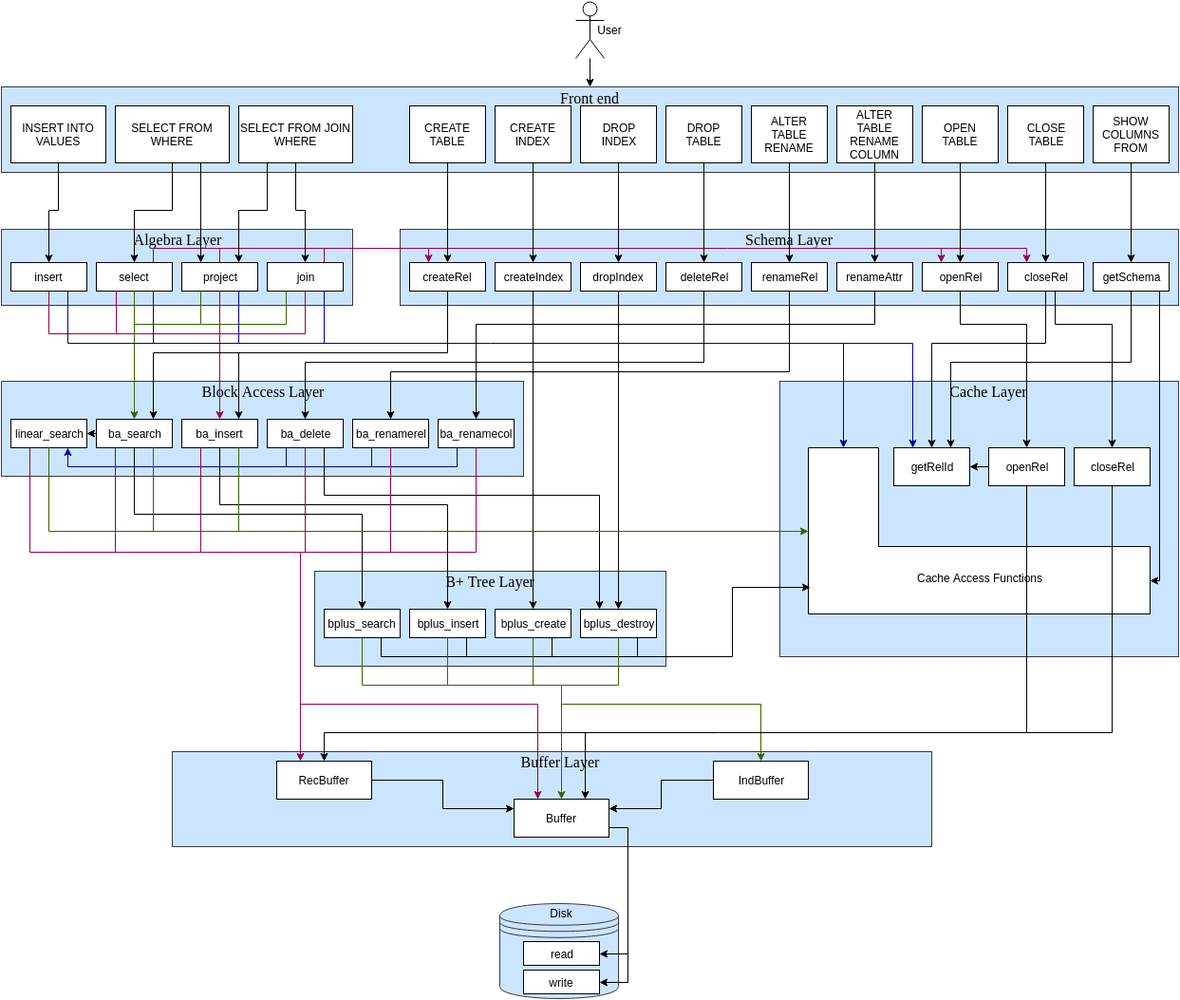
Before: img/design/design.png, a diagram exported from draw.io (Nitcbase/nitcbase.github.io). Source tidied: cells renumbered, new cells last; positions are measured from the earlier drawing's top-left corner, leaving out a move shared by most shapes.
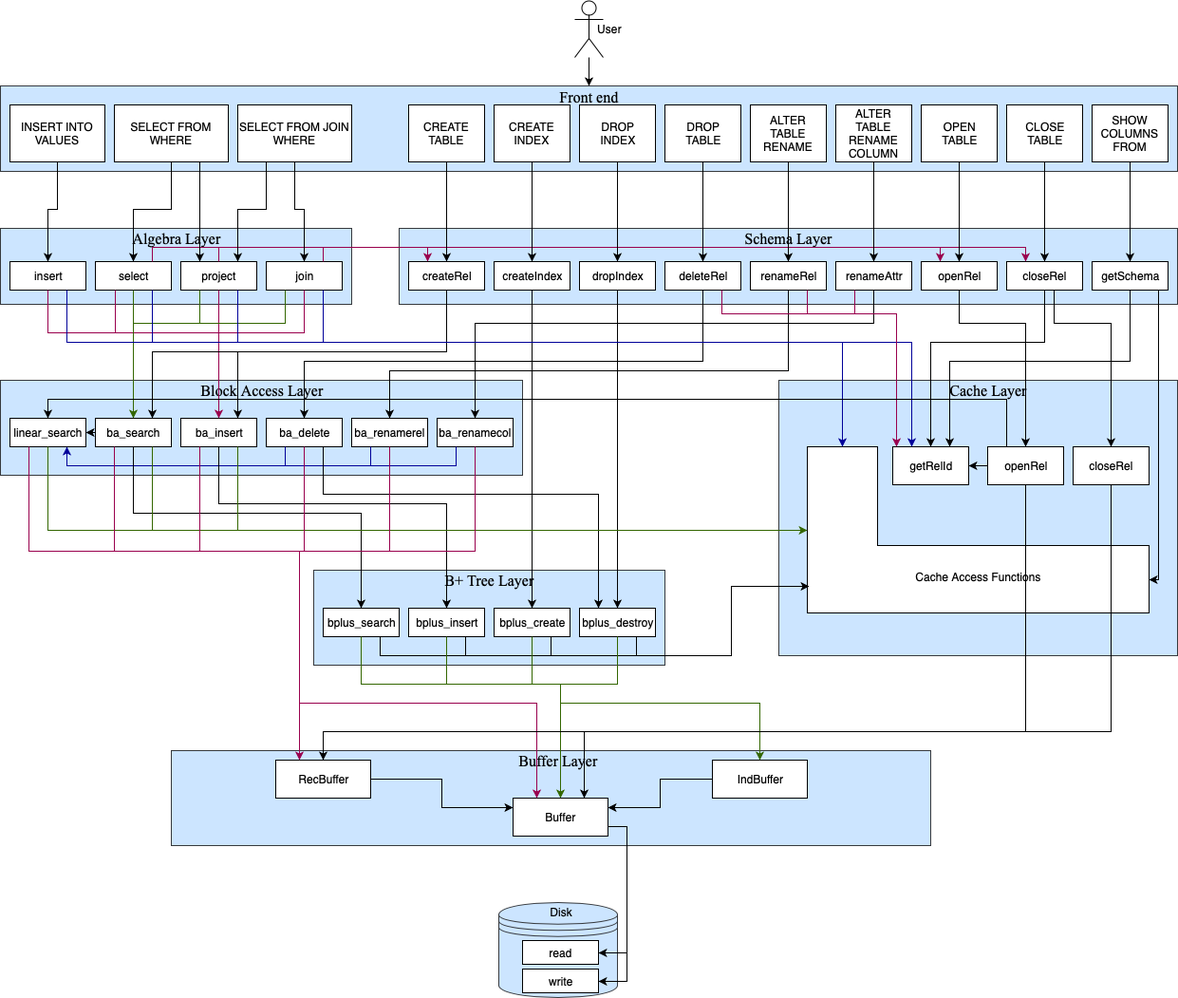
The same file after the commit.

What changed in the source:
```diff
@@ -648,5 +648,32 @@
         <mxPoint x="887" y="360" as="sourcePoint" />
       </mxGeometry>
     </mxCell>
+    <mxCell id="143" style="endArrow=classic;html=1;strokeColor=#99004D;exitX=0.75;exitY=1;exitDx=0;exitDy=0;edgeStyle=orthogonalEdgeStyle;rounded=0;" parent="1" edge="1" source="14">
+      <mxGeometry relative="1" as="geometry">
+        <mxPoint x="944" y="470" as="targetPoint" />
+        <Array as="points">
+          <mxPoint x="760" y="330" />
+          <mxPoint x="944" y="330" />
+        </Array>
+      </mxGeometry>
+    </mxCell>
+    <mxCell id="144" style="endArrow=none;html=1;strokeColor=#99004D;entryX=0.75;entryY=1;entryDx=0;entryDy=0;" parent="1" edge="1" target="17">
+      <mxGeometry relative="1" as="geometry">
+        <mxPoint x="850" y="330" as="sourcePoint" />
+      </mxGeometry>
+    </mxCell>
+    <mxCell id="145" style="endArrow=none;html=1;strokeColor=#99004D;entryX=0.25;entryY=1;entryDx=0;entryDy=0;" parent="1" edge="1" target="16">
+      <mxGeometry relative="1" as="geometry">
+        <mxPoint x="900" y="330" as="sourcePoint" />
+      </mxGeometry>
+    </mxCell>
+    <mxCell id="146" style="endArrow=classic;html=1;strokeColor=#000000;exitX=0.25;exitY=0;exitDx=0;exitDy=0;edgeStyle=orthogonalEdgeStyle;rounded=0;entryX=0.5;entryY=0;entryDx=0;entryDy=0;" parent="1" edge="1" source="37" target="23">
+      <mxGeometry relative="1" as="geometry">
+        <Array as="points">
+          <mxPoint x="1060" y="420" />
+          <mxPoint x="50" y="420" />
+        </Array>
+      </mxGeometry>
+    </mxCell>
   </root>
 </mxGraphModel>
```
